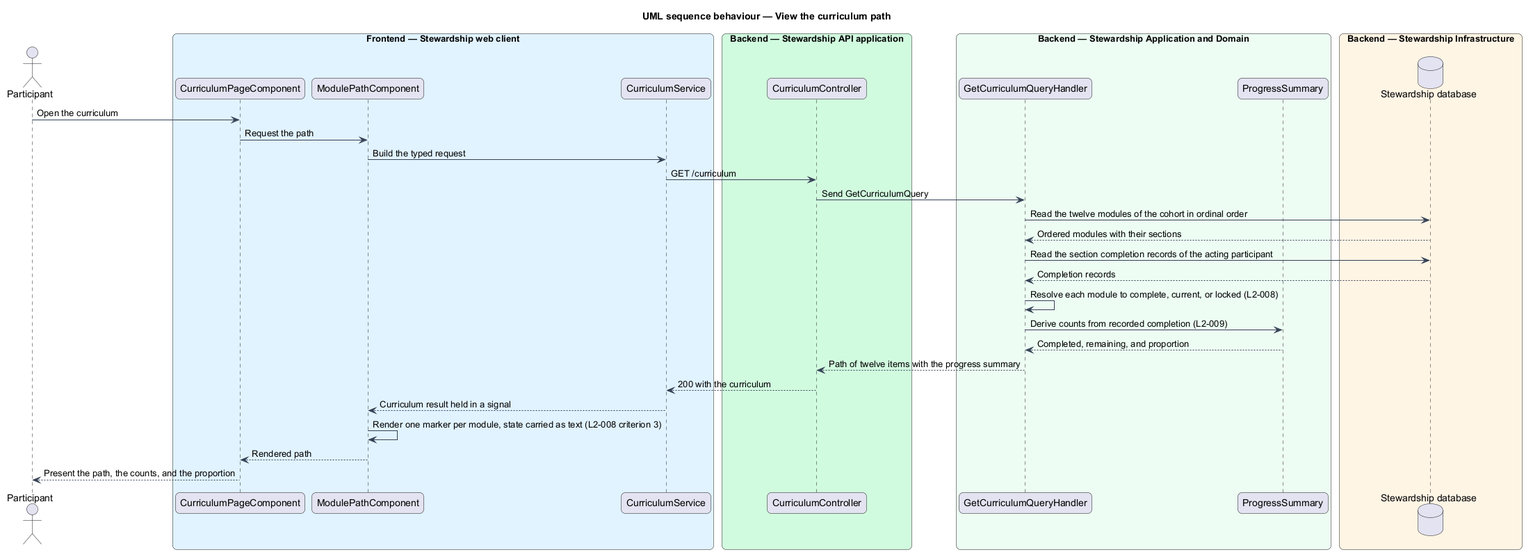
The PlantUML diagram docs/detailed-designs/curriculum/view-path/diagrams/sequence-view-path.png in QuinntyneBrown/quinntyne-brown-stewardship, before a commit.
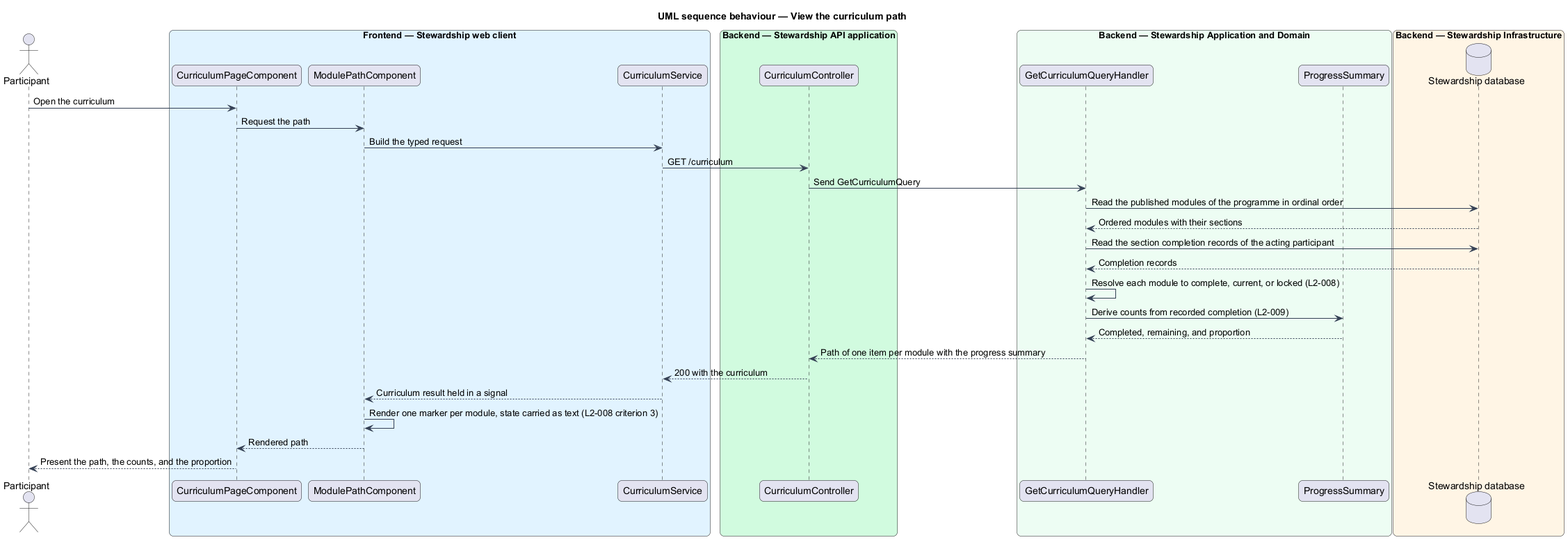
After the change.

What changed in the source:
```diff
@@ -36,14 +36,14 @@
 path -> client : Build the typed request
 client -> controller : GET /curriculum
 controller -> handler : Send GetCurriculumQuery
-handler -> db : Read the twelve modules of the cohort in ordinal order
+handler -> db : Read the published modules of the programme in ordinal order
 db --> handler : Ordered modules with their sections
 handler -> db : Read the section completion records of the acting participant
 db --> handler : Completion records
 handler -> handler : Resolve each module to complete, current, or locked (L2-008)
 handler -> summary : Derive counts from recorded completion (L2-009)
 summary --> handler : Completed, remaining, and proportion
-handler --> controller : Path of twelve items with the progress summary
+handler --> controller : Path of one item per module with the progress summary
 controller --> client : 200 with the curriculum
 client --> path : Curriculum result held in a signal
 path -> path : Render one marker per module, state carried as text (L2-008 criterion 3)
```
